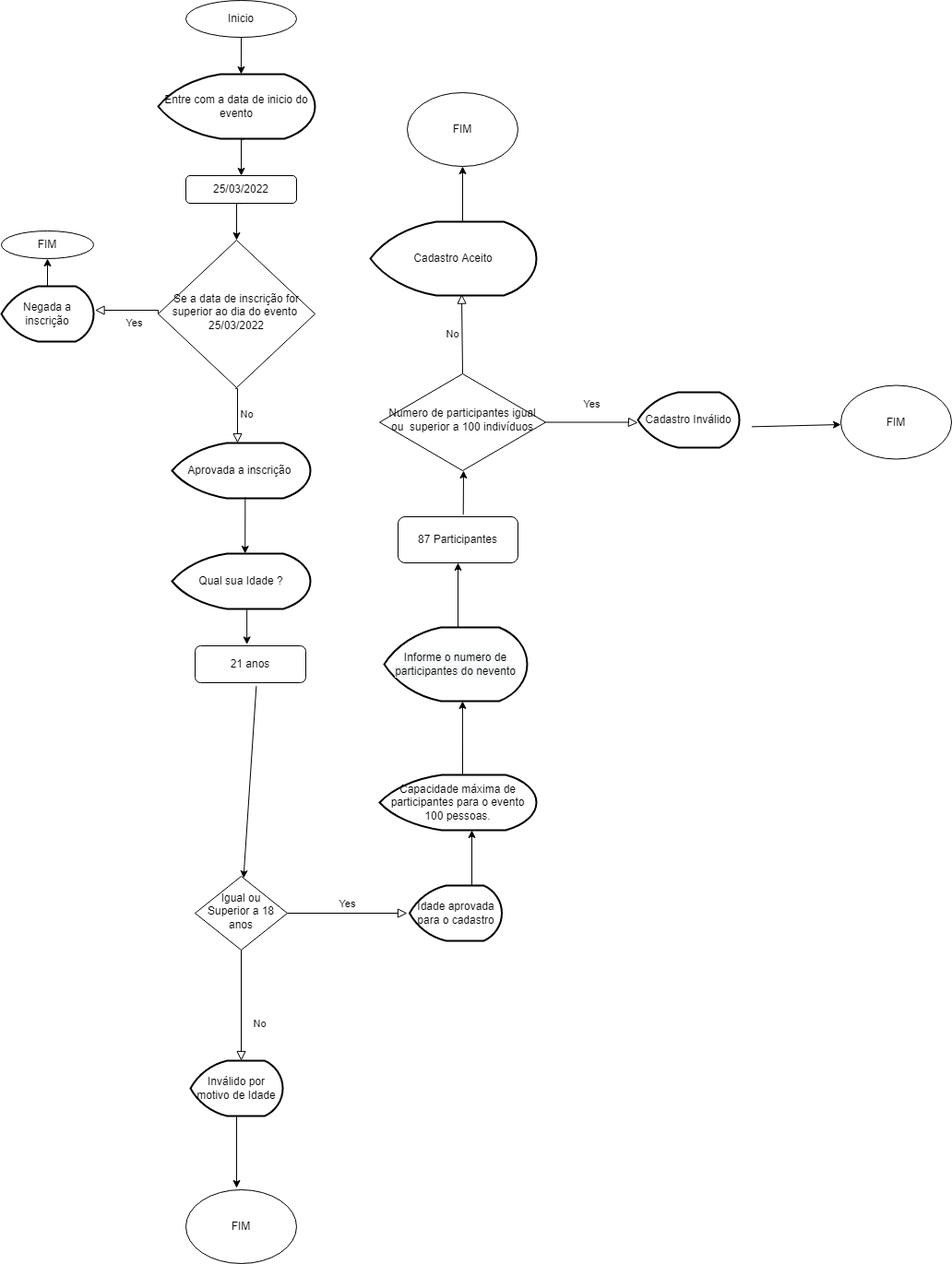
Earlier version of the draw.io export Untitled Diagram.drawio.png (EvertonMDS/Fluxograma). Source tidied: cells renumbered, new cells last; positions are measured from the earlier drawing's top-left corner, leaving out a move shared by most shapes.
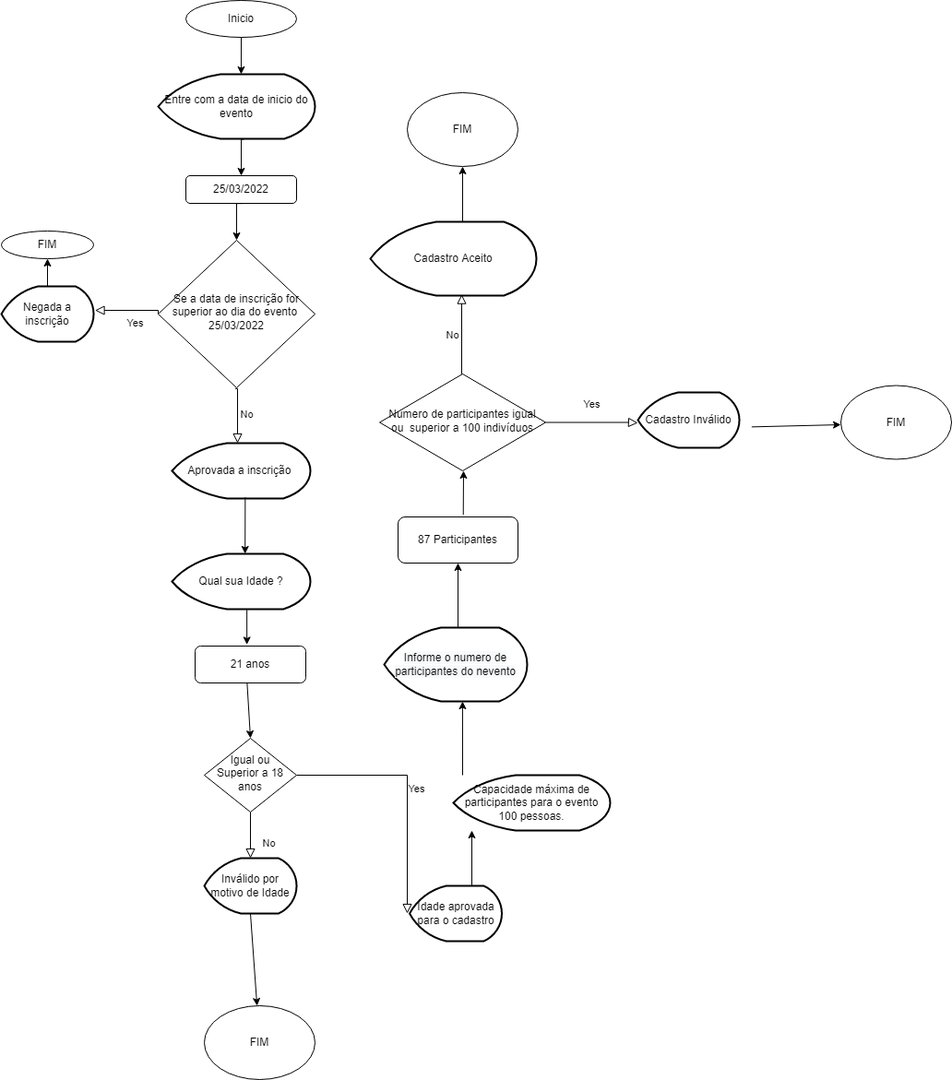
Above is the later version.

What changed in the source:
```diff
@@ -7,7 +7,7 @@
     </mxCell>
     <mxCell id="3" value="No" style="rounded=0;html=1;jettySize=auto;fontSize=11;endArrow=block;endFill=0;endSize=8;strokeWidth=1;shadow=0;labelBackgroundColor=none;edgeStyle=orthogonalEdgeStyle;" parent="1" edge="1" source="5">
       <mxGeometry x="0.33" y="20" relative="1" as="geometry">
-        <mxPoint x="260" y="1150" as="targetPoint" />
+        <mxPoint x="270" y="930" as="targetPoint" />
       </mxGeometry>
     </mxCell>
     <mxCell id="4" value="Yes" style="edgeStyle=orthogonalEdgeStyle;rounded=0;html=1;jettySize=auto;fontSize=11;endArrow=block;endFill=0;endSize=8;strokeWidth=1;shadow=0;labelBackgroundColor=none;" parent="1" edge="1" source="5">
@@ -16,7 +16,7 @@
       </mxGeometry>
     </mxCell>
     <mxCell id="5" value="Igual ou Superior a 18 anos" style="rhombus;whiteSpace=wrap;html=1;shadow=0;fontFamily=Helvetica;fontSize=12;align=center;strokeWidth=1;spacing=6;spacingTop=-4;" parent="1" vertex="1">
-      <mxGeometry x="210" y="950" width="100" height="80" as="geometry" />
+      <mxGeometry x="220" y="800" width="100" height="80" as="geometry" />
     </mxCell>
     <mxCell id="6" value="Inicio" style="ellipse;whiteSpace=wrap;html=1;" parent="1" vertex="1">
       <mxGeometry x="200" width="120" height="40" as="geometry" />
@@ -81,7 +81,7 @@
       <mxGeometry x="185" y="600" width="150" height="60" as="geometry" />
     </mxCell>
     <mxCell id="19" value="FIM" style="ellipse;whiteSpace=wrap;html=1;" parent="1" vertex="1">
-      <mxGeometry x="200" y="1290" width="120" height="80" as="geometry" />
+      <mxGeometry x="220" y="1090" width="120" height="80" as="geometry" />
     </mxCell>
     <mxCell id="20" value="21 anos" style="rounded=1;whiteSpace=wrap;html=1;fontSize=12;glass=0;strokeWidth=1;shadow=0;" parent="1" vertex="1">
       <mxGeometry x="210" y="700" width="120" height="40" as="geometry" />
@@ -89,16 +89,14 @@
     <mxCell id="21" style="endArrow=classic;html=1;rounded=0;entryX=0.468;entryY=-0.04;entryDx=0;entryDy=0;entryPerimeter=0;exitX=0.541;exitY=1.012;exitDx=0;exitDy=0;exitPerimeter=0;" parent="1" edge="1" source="18" target="20">
       <mxGeometry relative="1" as="geometry" />
     </mxCell>
-    <mxCell id="22" style="endArrow=classic;html=1;rounded=0;exitX=0.553;exitY=1.092;exitDx=0;exitDy=0;exitPerimeter=0;" parent="1" edge="1" source="20" target="5">
+    <mxCell id="22" style="endArrow=classic;html=1;rounded=0;exitX=0.47;exitY=1.011;exitDx=0;exitDy=0;exitPerimeter=0;entryX=0.5;entryY=0;entryDx=0;entryDy=0;" parent="1" edge="1" source="20" target="5">
       <mxGeometry relative="1" as="geometry" />
     </mxCell>
     <mxCell id="23" value="Inválido por motivo de Idade" style="strokeWidth=2;html=1;shape=mxgraph.flowchart.display;whiteSpace=wrap;" parent="1" vertex="1">
-      <mxGeometry x="205" y="1150" width="100" height="60" as="geometry" />
+      <mxGeometry x="220" y="930" width="100" height="60" as="geometry" />
     </mxCell>
-    <mxCell id="24" style="endArrow=classic;html=1;rounded=0;exitX=0.5;exitY=1;exitDx=0;exitDy=0;exitPerimeter=0;" parent="1" edge="1" source="23">
-      <mxGeometry relative="1" as="geometry">
-        <mxPoint x="255" y="1288" as="targetPoint" />
-      </mxGeometry>
+    <mxCell id="24" style="endArrow=classic;html=1;rounded=0;exitX=0.5;exitY=1;exitDx=0;exitDy=0;exitPerimeter=0;" parent="1" edge="1" source="23" target="19">
+      <mxGeometry relative="1" as="geometry" />
     </mxCell>
     <mxCell id="25" value="Idade aprovada para o cadastro" style="strokeWidth=2;html=1;shape=mxgraph.flowchart.display;whiteSpace=wrap;" parent="1" vertex="1">
       <mxGeometry x="442.5" y="960" width="100" height="60" as="geometry" />
@@ -110,7 +108,7 @@
       </mxGeometry>
     </mxCell>
     <mxCell id="27" value="Capacidade máxima de participantes para o evento 100 pessoas." style="strokeWidth=2;html=1;shape=mxgraph.flowchart.display;whiteSpace=wrap;" parent="1" vertex="1">
-      <mxGeometry x="410" y="840" width="170" height="60" as="geometry" />
+      <mxGeometry x="490" y="840" width="170" height="60" as="geometry" />
     </mxCell>
     <mxCell id="28" value="87 Participantes" style="rounded=1;whiteSpace=wrap;html=1;fontSize=12;glass=0;strokeWidth=1;shadow=0;" parent="1" vertex="1">
       <mxGeometry x="430" y="560" width="130" height="50" as="geometry" />
```
